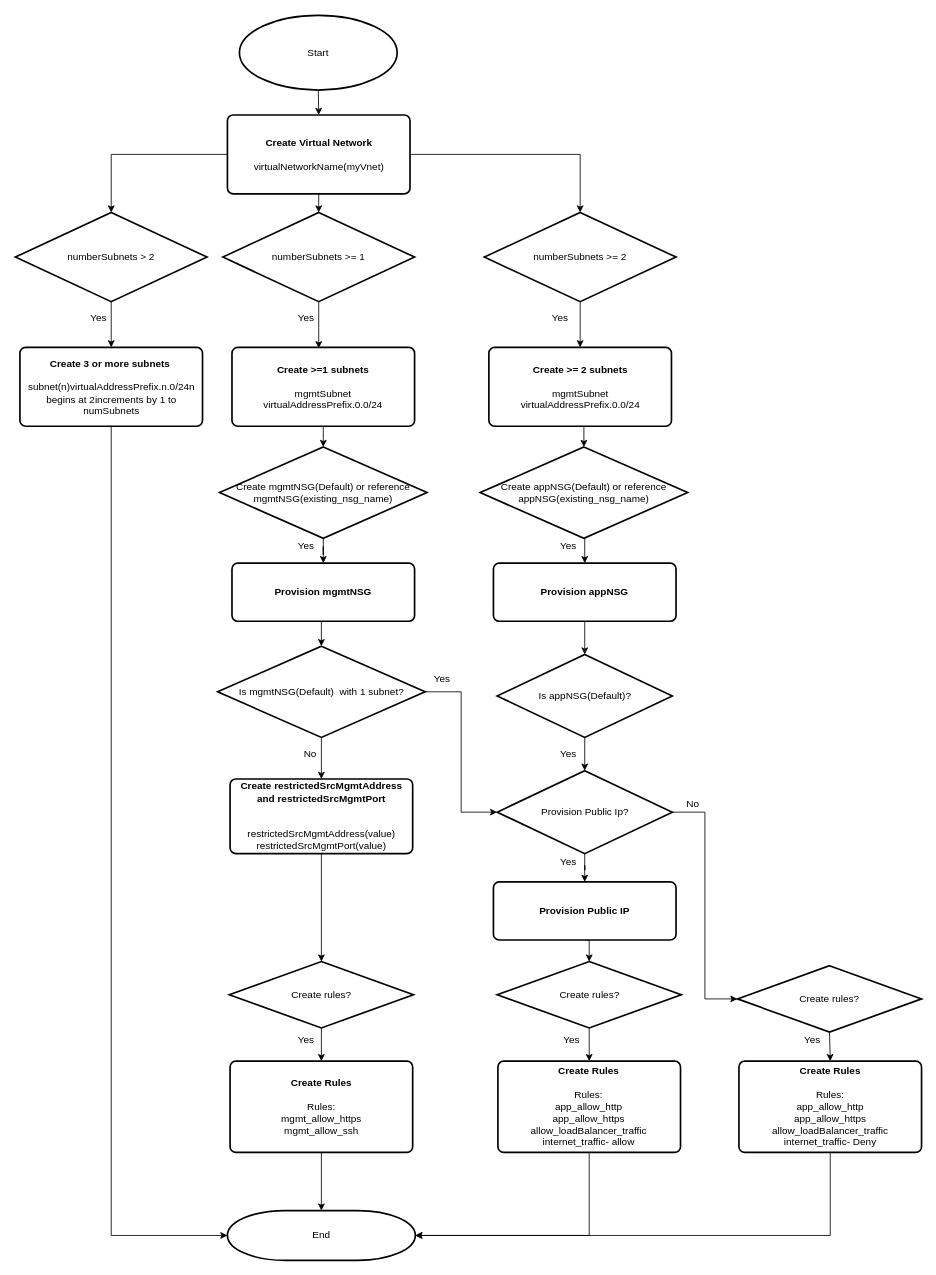
This is examples/images/azure-network-module.drawio from F5Networks/f5-azure-arm-templates-v2, a draw.io file, before an edit. Source tidied: cells renumbered, new cells numbered last; positions are measured from the earlier drawing's top-left corner, leaving out a move shared by most shapes. Both pictures are drawn from the tidied source at 83%, with x=0, y=0 at pixel (15, 15).
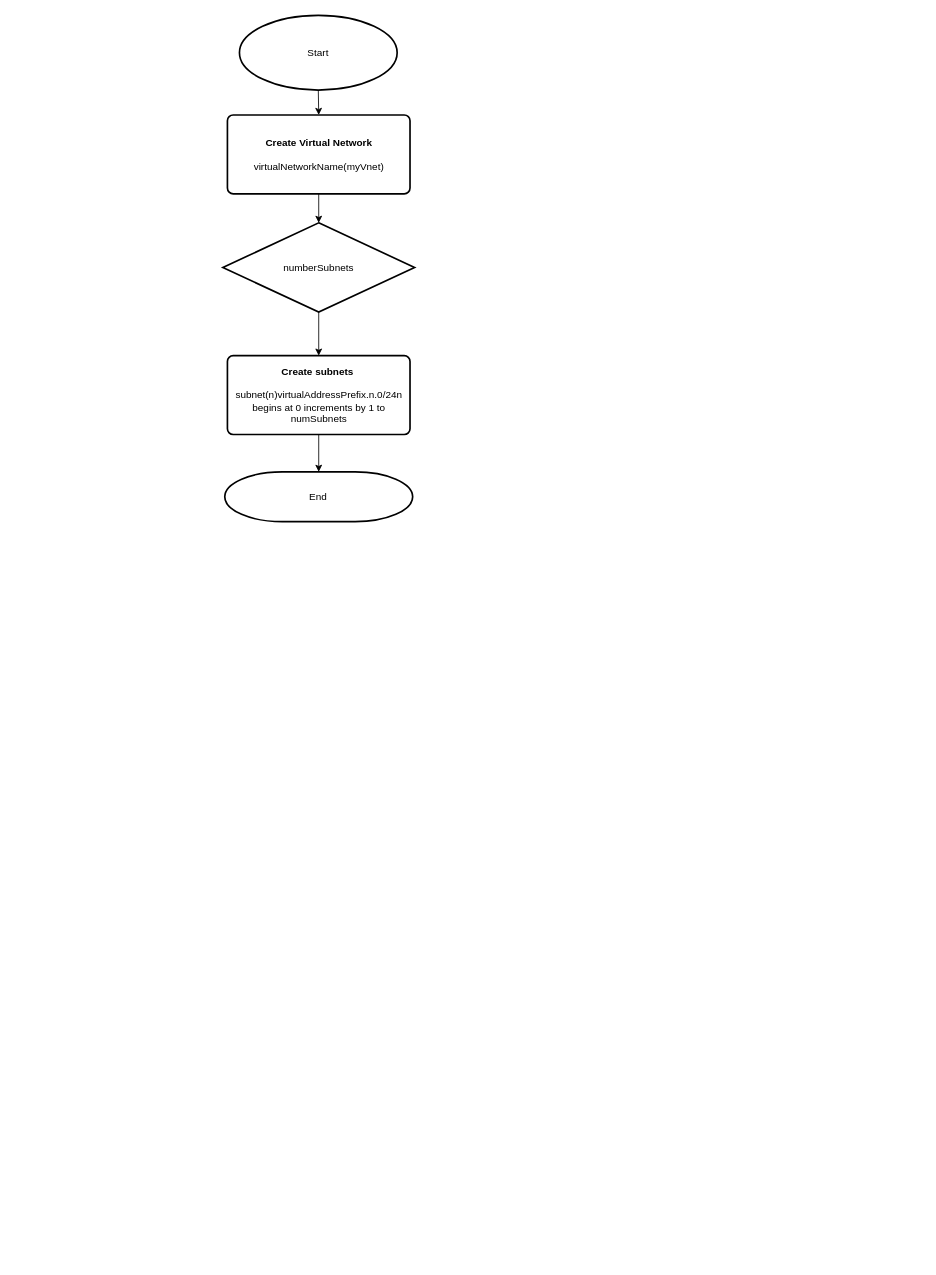
After the change.

Unchanged cells that the change refers to:
```xml
<mxCell id="7" value="&lt;b&gt;Create Virtual Network&lt;br&gt;&lt;/b&gt;&lt;br&gt;virtualNetworkName(myVnet)" style="rounded=1;whiteSpace=wrap;html=1;absoluteArcSize=1;arcSize=14;strokeWidth=2;" parent="1" vertex="1">
  <mxGeometry x="255.5" y="120" width="220" height="95" as="geometry" />
</mxCell>
```

The edit, as a diff of the source:
```diff
@@
-    <mxCell id="4" style="edgeStyle=orthogonalEdgeStyle;rounded=0;jettySize=auto;html=1;exitX=0;exitY=0.5;exitDx=0;exitDy=0;" parent="1" edge="1" source="7" target="9">
-      <mxGeometry relative="1" as="geometry" />
-    </mxCell>
@@
-    <mxCell id="6" style="edgeStyle=orthogonalEdgeStyle;rounded=0;jettySize=auto;html=1;exitX=1;exitY=0.5;exitDx=0;exitDy=0;entryX=0.5;entryY=0;entryDx=0;entryDy=0;entryPerimeter=0;" parent="1" edge="1" source="7" target="19">
-      <mxGeometry relative="1" as="geometry" />
-    </mxCell>
@@
-    <mxCell id="8" style="edgeStyle=orthogonalEdgeStyle;rounded=0;jettySize=auto;html=1;exitX=0.5;exitY=1;exitDx=0;exitDy=0;exitPerimeter=0;" parent="1" edge="1" source="9" target="11">
-      <mxGeometry relative="1" as="geometry" />
-    </mxCell>
-    <mxCell id="9" value="numberSubnets &amp;gt; 2" style="strokeWidth=2;html=1;shape=mxgraph.flowchart.decision;whiteSpace=wrap;" parent="1" vertex="1">
-      <mxGeometry y="237.5" width="231" height="107.5" as="geometry" />
-    </mxCell>
-    <mxCell id="10" style="edgeStyle=orthogonalEdgeStyle;rounded=0;jettySize=auto;html=1;exitX=0.5;exitY=1;exitDx=0;exitDy=0;entryX=0;entryY=0.5;entryDx=0;entryDy=0;entryPerimeter=0;" parent="1" edge="1" source="11" target="34">
+    <mxCell id="10" style="edgeStyle=orthogonalEdgeStyle;rounded=0;jettySize=auto;html=1;entryX=0.5;entryY=0;entryDx=0;entryDy=0;entryPerimeter=0;" parent="1" edge="1" source="11" target="34">
       <mxGeometry relative="1" as="geometry" />
     </mxCell>
-    <mxCell id="11" value="&lt;b&gt;Create 3 or more subnets&amp;nbsp;&lt;br&gt;&lt;/b&gt;&lt;br&gt;subnet(n)virtualAddressPrefix.n.0/24n begins at 2increments by 1 to numSubnets" style="rounded=1;whiteSpace=wrap;html=1;absoluteArcSize=1;arcSize=14;strokeWidth=2;" parent="1" vertex="1">
-      <mxGeometry x="5.5" y="400" width="220" height="95" as="geometry" />
+    <mxCell id="11" value="&lt;b&gt;Create subnets&amp;nbsp;&lt;br&gt;&lt;/b&gt;&lt;br&gt;subnet(n)virtualAddressPrefix.n.0/24n begins at 0 increments by 1 to numSubnets" style="rounded=1;whiteSpace=wrap;html=1;absoluteArcSize=1;arcSize=14;strokeWidth=2;" parent="1" vertex="1">
+      <mxGeometry x="255.5" y="410" width="220" height="95" as="geometry" />
     </mxCell>
-    <mxCell id="12" value="Yes" style="text;html=1;align=center;verticalAlign=middle;" parent="1" vertex="1">
-      <mxGeometry x="80" y="355" width="40" height="20" as="geometry" />
-    </mxCell>
-    <mxCell id="13" style="edgeStyle=orthogonalEdgeStyle;rounded=0;jettySize=auto;html=1;exitX=0.5;exitY=1;exitDx=0;exitDy=0;exitPerimeter=0;entryX=0.475;entryY=0.011;entryDx=0;entryDy=0;entryPerimeter=0;" parent="1" edge="1" source="14" target="16">
+    <mxCell id="13" style="edgeStyle=orthogonalEdgeStyle;rounded=0;jettySize=auto;html=1;exitX=0.5;exitY=1;exitDx=0;exitDy=0;exitPerimeter=0;entryX=0.5;entryY=0;entryDx=0;entryDy=0;" parent="1" edge="1" source="14" target="11">
       <mxGeometry relative="1" as="geometry" />
     </mxCell>
-    <mxCell id="14" value="numberSubnets &amp;gt;= 1" style="strokeWidth=2;html=1;shape=mxgraph.flowchart.decision;whiteSpace=wrap;" parent="1" vertex="1">
-      <mxGeometry x="250" y="237.5" width="231" height="107.5" as="geometry" />
+    <mxCell id="14" value="numberSubnets" style="strokeWidth=2;html=1;shape=mxgraph.flowchart.decision;whiteSpace=wrap;" parent="1" vertex="1">
+      <mxGeometry x="250" y="250" width="231" height="107.5" as="geometry" />
     </mxCell>
-    <mxCell id="15" style="edgeStyle=orthogonalEdgeStyle;rounded=0;jettySize=auto;html=1;exitX=0.5;exitY=1;exitDx=0;exitDy=0;entryX=0.5;entryY=0;entryDx=0;entryDy=0;entryPerimeter=0;" parent="1" edge="1" source="16" target="24">
-      <mxGeometry relative="1" as="geometry" />
-    </mxCell>
-    <mxCell id="16" value="&lt;b&gt;Create &amp;gt;=1 subnets&lt;br&gt;&lt;/b&gt;&lt;br&gt;mgmtSubnet &lt;br&gt;virtualAddressPrefix.0.0/24" style="rounded=1;whiteSpace=wrap;html=1;absoluteArcSize=1;arcSize=14;strokeWidth=2;" parent="1" vertex="1">
-      <mxGeometry x="261" y="400" width="220" height="95" as="geometry" />
-    </mxCell>
-    <mxCell id="17" value="Yes" style="text;html=1;align=center;verticalAlign=middle;" parent="1" vertex="1">
-      <mxGeometry x="330" y="355" width="40" height="20" as="geometry" />
-    </mxCell>
-    <mxCell id="18" style="edgeStyle=orthogonalEdgeStyle;rounded=0;jettySize=auto;html=1;exitX=0.5;exitY=1;exitDx=0;exitDy=0;exitPerimeter=0;entryX=0.5;entryY=0;entryDx=0;entryDy=0;" parent="1" edge="1" source="19" target="21">
-      <mxGeometry relative="1" as="geometry" />
+    <mxCell id="18" style="edgeStyle=orthogonalEdgeStyle;rounded=0;orthogonalLoop=1;jettySize=auto;html=1;exitX=0.5;exitY=1;exitDx=0;exitDy=0;exitPerimeter=0;entryX=0.5;entryY=0;entryDx=0;entryDy=0;" parent="1" edge="1">
+      <mxGeometry relative="1" as="geometry">
+        <mxPoint x="680.5" y="345" as="sourcePoint" />
+      </mxGeometry>
     </mxCell>
-    <mxCell id="19" value="numberSubnets &amp;gt;= 2" style="strokeWidth=2;html=1;shape=mxgraph.flowchart.decision;whiteSpace=wrap;" parent="1" vertex="1">
-      <mxGeometry x="565" y="237.5" width="231" height="107.5" as="geometry" />
-    </mxCell>
-    <mxCell id="20" style="edgeStyle=orthogonalEdgeStyle;rounded=0;jettySize=auto;html=1;exitX=0.5;exitY=1;exitDx=0;exitDy=0;entryX=0.5;entryY=0;entryDx=0;entryDy=0;entryPerimeter=0;" parent="1" edge="1" source="21" target="37">
-      <mxGeometry relative="1" as="geometry" />
-    </mxCell>
-    <mxCell id="21" value="&lt;b&gt;Create &amp;gt;= 2 subnets&lt;br&gt;&lt;/b&gt;&lt;br&gt;mgmtSubnet &lt;br&gt;virtualAddressPrefix.0.0/24" style="rounded=1;whiteSpace=wrap;html=1;absoluteArcSize=1;arcSize=14;strokeWidth=2;" parent="1" vertex="1">
-      <mxGeometry x="570.5" y="400" width="220" height="95" as="geometry" />
-    </mxCell>
-    <mxCell id="22" value="Yes" style="text;html=1;align=center;verticalAlign=middle;" parent="1" vertex="1">
-      <mxGeometry x="636" y="355" width="40" height="20" as="geometry" />
-    </mxCell>
-    <mxCell id="23" style="edgeStyle=orthogonalEdgeStyle;rounded=0;jettySize=auto;html=1;exitX=0.5;exitY=1;exitDx=0;exitDy=0;exitPerimeter=0;" parent="1" edge="1" source="24" target="26">
-      <mxGeometry relative="1" as="geometry" />
+    <mxCell id="23" style="edgeStyle=orthogonalEdgeStyle;rounded=0;orthogonalLoop=1;jettySize=auto;html=1;exitX=0.5;exitY=1;exitDx=0;exitDy=0;exitPerimeter=0;" parent="1" edge="1">
+      <mxGeometry relative="1" as="geometry">
+        <mxPoint x="371" y="630" as="sourcePoint" />
+      </mxGeometry>
     </mxCell>
-    <mxCell id="24" value="Create mgmtNSG(Default) or reference &lt;br&gt;mgmtNSG(existing_nsg_name)" style="strokeWidth=2;html=1;shape=mxgraph.flowchart.decision;whiteSpace=wrap;" parent="1" vertex="1">
-      <mxGeometry x="246" y="520" width="250" height="110" as="geometry" />
-    </mxCell>
-    <mxCell id="25" style="edgeStyle=orthogonalEdgeStyle;rounded=0;jettySize=auto;html=1;exitX=0.5;exitY=1;exitDx=0;exitDy=0;entryX=0.5;entryY=0;entryDx=0;entryDy=0;entryPerimeter=0;" parent="1" edge="1" source="26" target="43">
-      <mxGeometry relative="1" as="geometry" />
+    <mxCell id="25" style="edgeStyle=orthogonalEdgeStyle;rounded=0;orthogonalLoop=1;jettySize=auto;html=1;exitX=0.5;exitY=1;exitDx=0;exitDy=0;entryX=0.5;entryY=0;entryDx=0;entryDy=0;entryPerimeter=0;" parent="1" edge="1">
+      <mxGeometry relative="1" as="geometry">
+        <mxPoint x="371" y="730" as="sourcePoint" />
+      </mxGeometry>
     </mxCell>
-    <mxCell id="26" value="&lt;b&gt;Provision mgmtNSG&lt;br&gt;&lt;/b&gt;" style="rounded=1;whiteSpace=wrap;html=1;absoluteArcSize=1;arcSize=14;strokeWidth=2;" parent="1" vertex="1">
-      <mxGeometry x="261" y="660" width="220" height="70" as="geometry" />
-    </mxCell>
-    <mxCell id="27" value="Yes" style="text;html=1;align=center;verticalAlign=middle;" parent="1" vertex="1">
-      <mxGeometry x="330" y="630" width="40" height="20" as="geometry" />
-    </mxCell>
-    <mxCell id="28" style="edgeStyle=orthogonalEdgeStyle;rounded=0;jettySize=auto;html=1;exitX=0.5;exitY=1;exitDx=0;exitDy=0;entryX=0.5;entryY=0;entryDx=0;entryDy=0;entryPerimeter=0;" parent="1" edge="1" source="29" target="31">
-      <mxGeometry relative="1" as="geometry" />
+    <mxCell id="28" style="edgeStyle=orthogonalEdgeStyle;rounded=0;orthogonalLoop=1;jettySize=auto;html=1;exitX=0.5;exitY=1;exitDx=0;exitDy=0;entryX=0.5;entryY=0;entryDx=0;entryDy=0;entryPerimeter=0;" parent="1" edge="1">
+      <mxGeometry relative="1" as="geometry">
+        <mxPoint x="368.7" y="1010" as="sourcePoint" />
+      </mxGeometry>
     </mxCell>
-    <mxCell id="29" value="&lt;b&gt;Create&amp;nbsp;restrictedSrcMgmtAddress and restrictedSrcMgmtPort&lt;/b&gt;&lt;br&gt;&amp;nbsp;&lt;br&gt;&lt;br&gt;restrictedSrcMgmtAddress(value)&lt;br&gt;restrictedSrcMgmtPort(value)" style="rounded=1;whiteSpace=wrap;html=1;absoluteArcSize=1;arcSize=14;strokeWidth=2;" parent="1" vertex="1">
-      <mxGeometry x="258.7" y="920" width="220" height="90" as="geometry" />
-    </mxCell>
-    <mxCell id="30" style="edgeStyle=orthogonalEdgeStyle;rounded=0;jettySize=auto;html=1;exitX=0.5;exitY=1;exitDx=0;exitDy=0;exitPerimeter=0;entryX=0.5;entryY=0;entryDx=0;entryDy=0;" parent="1" edge="1" source="31" target="33">
-      <mxGeometry relative="1" as="geometry" />
+    <mxCell id="30" style="edgeStyle=orthogonalEdgeStyle;rounded=0;orthogonalLoop=1;jettySize=auto;html=1;exitX=0.5;exitY=1;exitDx=0;exitDy=0;exitPerimeter=0;entryX=0.5;entryY=0;entryDx=0;entryDy=0;" parent="1" edge="1">
+      <mxGeometry relative="1" as="geometry">
+        <mxPoint x="368.7" y="1220" as="sourcePoint" />
+      </mxGeometry>
     </mxCell>
-    <mxCell id="31" value="Create rules?" style="strokeWidth=2;html=1;shape=mxgraph.flowchart.decision;whiteSpace=wrap;" parent="1" vertex="1">
-      <mxGeometry x="257.8" y="1140" width="221.8" height="80" as="geometry" />
-    </mxCell>
-    <mxCell id="32" style="edgeStyle=orthogonalEdgeStyle;rounded=0;jettySize=auto;html=1;exitX=0.5;exitY=1;exitDx=0;exitDy=0;" parent="1" edge="1" source="33" target="34">
-      <mxGeometry relative="1" as="geometry" />
-    </mxCell>
-    <mxCell id="33" value="&lt;b&gt;Create Rules&lt;/b&gt;&lt;br&gt;&lt;br&gt;Rules:&lt;br&gt;mgmt_allow_https&lt;br&gt;mgmt_allow_ssh" style="rounded=1;whiteSpace=wrap;html=1;absoluteArcSize=1;arcSize=14;strokeWidth=2;" parent="1" vertex="1">
-      <mxGeometry x="258.7" y="1260" width="220" height="110" as="geometry" />
-    </mxCell>
     <mxCell id="34" value="End" style="strokeWidth=2;html=1;shape=mxgraph.flowchart.terminator;whiteSpace=wrap;" parent="1" vertex="1">
-      <mxGeometry x="255.5" y="1440" width="226.4" height="60" as="geometry" />
+      <mxGeometry x="252.3" y="550" width="226.4" height="60" as="geometry" />
     </mxCell>
-    <mxCell id="35" value="Yes" style="text;html=1;align=center;verticalAlign=middle;" parent="1" vertex="1">
-      <mxGeometry x="330" y="1225" width="40" height="20" as="geometry" />
-    </mxCell>
-    <mxCell id="36" style="edgeStyle=orthogonalEdgeStyle;rounded=0;jettySize=auto;html=1;exitX=0.5;exitY=1;exitDx=0;exitDy=0;exitPerimeter=0;entryX=0.5;entryY=0;entryDx=0;entryDy=0;" parent="1" edge="1" source="37" target="39">
-      <mxGeometry relative="1" as="geometry" />
+    <mxCell id="36" style="edgeStyle=orthogonalEdgeStyle;rounded=0;orthogonalLoop=1;jettySize=auto;html=1;exitX=0.5;exitY=1;exitDx=0;exitDy=0;exitPerimeter=0;entryX=0.5;entryY=0;entryDx=0;entryDy=0;" parent="1" edge="1">
+      <mxGeometry relative="1" as="geometry">
+        <mxPoint x="685" y="630" as="sourcePoint" />
+      </mxGeometry>
     </mxCell>
-    <mxCell id="37" value="Create appNSG(Default) or reference &lt;br&gt;appNSG(existing_nsg_name)" style="strokeWidth=2;html=1;shape=mxgraph.flowchart.decision;whiteSpace=wrap;" parent="1" vertex="1">
-      <mxGeometry x="560" y="520" width="250" height="110" as="geometry" />
-    </mxCell>
-    <mxCell id="38" style="edgeStyle=orthogonalEdgeStyle;rounded=0;jettySize=auto;html=1;exitX=0.5;exitY=1;exitDx=0;exitDy=0;entryX=0.5;entryY=0;entryDx=0;entryDy=0;entryPerimeter=0;" parent="1" edge="1" source="39" target="46">
-      <mxGeometry relative="1" as="geometry" />
+    <mxCell id="38" style="edgeStyle=orthogonalEdgeStyle;rounded=0;orthogonalLoop=1;jettySize=auto;html=1;exitX=0.5;exitY=1;exitDx=0;exitDy=0;entryX=0.5;entryY=0;entryDx=0;entryDy=0;entryPerimeter=0;" parent="1" edge="1">
+      <mxGeometry relative="1" as="geometry">
+        <mxPoint x="686" y="730" as="sourcePoint" />
+      </mxGeometry>
     </mxCell>
-    <mxCell id="39" value="&lt;b&gt;Provision appNSG&lt;br&gt;&lt;/b&gt;" style="rounded=1;whiteSpace=wrap;html=1;absoluteArcSize=1;arcSize=14;strokeWidth=2;" parent="1" vertex="1">
-      <mxGeometry x="576" y="660" width="220" height="70" as="geometry" />
-    </mxCell>
-    <mxCell id="40" value="Yes" style="text;html=1;align=center;verticalAlign=middle;" parent="1" vertex="1">
-      <mxGeometry x="646" y="630" width="40" height="20" as="geometry" />
-    </mxCell>
-    <mxCell id="41" style="edgeStyle=orthogonalEdgeStyle;rounded=0;jettySize=auto;html=1;exitX=0.5;exitY=1;exitDx=0;exitDy=0;exitPerimeter=0;entryX=0.5;entryY=0;entryDx=0;entryDy=0;" parent="1" edge="1" source="43" target="29">
-      <mxGeometry relative="1" as="geometry" />
+    <mxCell id="41" style="edgeStyle=orthogonalEdgeStyle;rounded=0;orthogonalLoop=1;jettySize=auto;html=1;exitX=0.5;exitY=1;exitDx=0;exitDy=0;exitPerimeter=0;entryX=0.5;entryY=0;entryDx=0;entryDy=0;" parent="1" edge="1">
+      <mxGeometry relative="1" as="geometry">
+        <mxPoint x="368.7" y="920" as="targetPoint" />
+      </mxGeometry>
     </mxCell>
-    <mxCell id="42" style="edgeStyle=orthogonalEdgeStyle;rounded=0;jettySize=auto;html=1;exitX=1;exitY=0.5;exitDx=0;exitDy=0;exitPerimeter=0;entryX=0;entryY=0.5;entryDx=0;entryDy=0;entryPerimeter=0;" parent="1" edge="1" source="43" target="53">
-      <mxGeometry relative="1" as="geometry" />
+    <mxCell id="42" style="edgeStyle=orthogonalEdgeStyle;rounded=0;orthogonalLoop=1;jettySize=auto;html=1;exitX=1;exitY=0.5;exitDx=0;exitDy=0;exitPerimeter=0;entryX=0;entryY=0.5;entryDx=0;entryDy=0;entryPerimeter=0;" parent="1" edge="1">
+      <mxGeometry relative="1" as="geometry">
+        <mxPoint x="493.7" y="815" as="sourcePoint" />
+      </mxGeometry>
     </mxCell>
-    <mxCell id="43" value="Is mgmtNSG(Default)&amp;nbsp; with 1 subnet?" style="strokeWidth=2;html=1;shape=mxgraph.flowchart.decision;whiteSpace=wrap;" parent="1" vertex="1">
-      <mxGeometry x="243.7" y="760" width="250" height="110" as="geometry" />
-    </mxCell>
-    <mxCell id="44" value="&lt;span&gt;No&lt;/span&gt;" style="text;html=1;align=center;verticalAlign=middle;" parent="1" vertex="1">
-      <mxGeometry x="340" y="880" width="30" height="20" as="geometry" />
-    </mxCell>
-    <mxCell id="45" style="edgeStyle=orthogonalEdgeStyle;rounded=0;jettySize=auto;html=1;exitX=0.5;exitY=1;exitDx=0;exitDy=0;exitPerimeter=0;entryX=0.5;entryY=0;entryDx=0;entryDy=0;entryPerimeter=0;" parent="1" edge="1" source="46" target="53">
-      <mxGeometry relative="1" as="geometry" />
+    <mxCell id="45" style="edgeStyle=orthogonalEdgeStyle;rounded=0;orthogonalLoop=1;jettySize=auto;html=1;exitX=0.5;exitY=1;exitDx=0;exitDy=0;exitPerimeter=0;entryX=0.5;entryY=0;entryDx=0;entryDy=0;entryPerimeter=0;" parent="1" edge="1">
+      <mxGeometry relative="1" as="geometry">
+        <mxPoint x="686" y="870" as="sourcePoint" />
+      </mxGeometry>
     </mxCell>
-    <mxCell id="46" value="Is appNSG(Default)?" style="strokeWidth=2;html=1;shape=mxgraph.flowchart.decision;whiteSpace=wrap;" parent="1" vertex="1">
-      <mxGeometry x="580.5" y="770" width="211" height="100" as="geometry" />
-    </mxCell>
-    <mxCell id="47" style="edgeStyle=orthogonalEdgeStyle;rounded=0;jettySize=auto;html=1;exitX=0.5;exitY=1;exitDx=0;exitDy=0;entryX=0.5;entryY=0;entryDx=0;entryDy=0;entryPerimeter=0;" parent="1" edge="1" source="48" target="56">
-      <mxGeometry relative="1" as="geometry" />
+    <mxCell id="47" style="edgeStyle=orthogonalEdgeStyle;rounded=0;orthogonalLoop=1;jettySize=auto;html=1;exitX=0.5;exitY=1;exitDx=0;exitDy=0;entryX=0.5;entryY=0;entryDx=0;entryDy=0;entryPerimeter=0;" parent="1" edge="1">
+      <mxGeometry relative="1" as="geometry">
+        <mxPoint x="686" y="1114" as="sourcePoint" />
+      </mxGeometry>
     </mxCell>
-    <mxCell id="48" value="&lt;b&gt;Provision Public IP&lt;br&gt;&lt;/b&gt;" style="rounded=1;whiteSpace=wrap;html=1;absoluteArcSize=1;arcSize=14;strokeWidth=2;" parent="1" vertex="1">
-      <mxGeometry x="576" y="1044" width="220" height="70" as="geometry" />
-    </mxCell>
-    <mxCell id="49" value="Yes" style="text;html=1;align=center;verticalAlign=middle;" parent="1" vertex="1">
-      <mxGeometry x="494" y="790" width="40" height="20" as="geometry" />
-    </mxCell>
-    <mxCell id="50" value="Yes" style="text;html=1;align=center;verticalAlign=middle;" parent="1" vertex="1">
-      <mxGeometry x="646" y="880" width="40" height="20" as="geometry" />
-    </mxCell>
-    <mxCell id="51" style="edgeStyle=orthogonalEdgeStyle;rounded=0;jettySize=auto;html=1;exitX=0.5;exitY=1;exitDx=0;exitDy=0;exitPerimeter=0;" parent="1" edge="1" source="53" target="48">
-      <mxGeometry relative="1" as="geometry" />
+    <mxCell id="51" style="edgeStyle=orthogonalEdgeStyle;rounded=0;orthogonalLoop=1;jettySize=auto;html=1;exitX=0.5;exitY=1;exitDx=0;exitDy=0;exitPerimeter=0;" parent="1" edge="1">
+      <mxGeometry relative="1" as="geometry">
+        <mxPoint x="686" y="1044" as="targetPoint" />
+      </mxGeometry>
     </mxCell>
-    <mxCell id="52" style="edgeStyle=orthogonalEdgeStyle;rounded=0;jettySize=auto;html=1;exitX=1;exitY=0.5;exitDx=0;exitDy=0;exitPerimeter=0;entryX=0;entryY=0.5;entryDx=0;entryDy=0;entryPerimeter=0;" parent="1" edge="1" source="53" target="60">
-      <mxGeometry relative="1" as="geometry" />
+    <mxCell id="52" style="edgeStyle=orthogonalEdgeStyle;rounded=0;orthogonalLoop=1;jettySize=auto;html=1;exitX=1;exitY=0.5;exitDx=0;exitDy=0;exitPerimeter=0;entryX=0;entryY=0.5;entryDx=0;entryDy=0;entryPerimeter=0;" parent="1" edge="1">
+      <mxGeometry relative="1" as="geometry">
+        <mxPoint x="791.5" y="960" as="sourcePoint" />
+      </mxGeometry>
     </mxCell>
-    <mxCell id="53" value="Provision Public Ip?" style="strokeWidth=2;html=1;shape=mxgraph.flowchart.decision;whiteSpace=wrap;" parent="1" vertex="1">
-      <mxGeometry x="580.5" y="910" width="211" height="100" as="geometry" />
-    </mxCell>
-    <mxCell id="54" value="Yes" style="text;html=1;align=center;verticalAlign=middle;" parent="1" vertex="1">
-      <mxGeometry x="646" y="1010" width="40" height="20" as="geometry" />
-    </mxCell>
-    <mxCell id="55" style="edgeStyle=orthogonalEdgeStyle;rounded=0;jettySize=auto;html=1;entryX=0.5;entryY=0;entryDx=0;entryDy=0;" parent="1" edge="1" source="56" target="58">
-      <mxGeometry relative="1" as="geometry" />
+    <mxCell id="55" style="edgeStyle=orthogonalEdgeStyle;rounded=0;orthogonalLoop=1;jettySize=auto;html=1;entryX=0.5;entryY=0;entryDx=0;entryDy=0;" parent="1" edge="1">
+      <mxGeometry relative="1" as="geometry">
+        <mxPoint x="691.4" y="1220" as="sourcePoint" />
+      </mxGeometry>
     </mxCell>
-    <mxCell id="56" value="Create rules?" style="strokeWidth=2;html=1;shape=mxgraph.flowchart.decision;whiteSpace=wrap;" parent="1" vertex="1">
-      <mxGeometry x="580.5" y="1140" width="221.8" height="80" as="geometry" />
-    </mxCell>
-    <mxCell id="57" style="edgeStyle=orthogonalEdgeStyle;rounded=0;jettySize=auto;html=1;exitX=0.5;exitY=1;exitDx=0;exitDy=0;entryX=1;entryY=0.5;entryDx=0;entryDy=0;entryPerimeter=0;" parent="1" edge="1" source="58" target="34">
-      <mxGeometry relative="1" as="geometry" />
-    </mxCell>
-    <mxCell id="58" value="&lt;b&gt;Create Rules&lt;/b&gt;&lt;br&gt;&lt;br&gt;Rules:&lt;br&gt;app_allow_http&lt;br&gt;app_allow_https&lt;br&gt;allow_loadBalancer_traffic&lt;br&gt;internet_traffic- allow" style="rounded=1;whiteSpace=wrap;html=1;absoluteArcSize=1;arcSize=14;strokeWidth=2;" parent="1" vertex="1">
-      <mxGeometry x="581.4" y="1260" width="220" height="110" as="geometry" />
-    </mxCell>
-    <mxCell id="59" style="edgeStyle=orthogonalEdgeStyle;rounded=0;jettySize=auto;html=1;exitX=0.5;exitY=1;exitDx=0;exitDy=0;exitPerimeter=0;entryX=0.5;entryY=0;entryDx=0;entryDy=0;" parent="1" edge="1" source="60" target="63">
-      <mxGeometry relative="1" as="geometry" />
+    <mxCell id="59" style="edgeStyle=orthogonalEdgeStyle;rounded=0;orthogonalLoop=1;jettySize=auto;html=1;exitX=0.5;exitY=1;exitDx=0;exitDy=0;exitPerimeter=0;entryX=0.5;entryY=0;entryDx=0;entryDy=0;" parent="1" edge="1">
+      <mxGeometry relative="1" as="geometry">
+        <mxPoint x="980.9" y="1225" as="sourcePoint" />
+      </mxGeometry>
     </mxCell>
-    <mxCell id="60" value="Create rules?" style="strokeWidth=2;html=1;shape=mxgraph.flowchart.decision;whiteSpace=wrap;" parent="1" vertex="1">
-      <mxGeometry x="870" y="1145" width="221.8" height="80" as="geometry" />
-    </mxCell>
-    <mxCell id="61" value="No" style="text;html=1;align=center;verticalAlign=middle;" parent="1" vertex="1">
-      <mxGeometry x="801.4" y="940" width="30" height="20" as="geometry" />
-    </mxCell>
-    <mxCell id="62" style="edgeStyle=orthogonalEdgeStyle;rounded=0;jettySize=auto;html=1;exitX=0.5;exitY=1;exitDx=0;exitDy=0;entryX=1;entryY=0.5;entryDx=0;entryDy=0;entryPerimeter=0;" parent="1" edge="1" source="63" target="34">
-      <mxGeometry relative="1" as="geometry" />
-    </mxCell>
-    <mxCell id="63" value="&lt;b&gt;Create Rules&lt;/b&gt;&lt;br&gt;&lt;br&gt;&lt;div&gt;Rules:&lt;/div&gt;&lt;div&gt;app_allow_http&lt;/div&gt;&lt;div&gt;app_allow_https&lt;/div&gt;&lt;div&gt;allow_loadBalancer_traffic&lt;/div&gt;&lt;div&gt;internet_traffic- Deny&lt;/div&gt;" style="rounded=1;whiteSpace=wrap;html=1;absoluteArcSize=1;arcSize=14;strokeWidth=2;" parent="1" vertex="1">
-      <mxGeometry x="871.8" y="1260" width="220" height="110" as="geometry" />
-    </mxCell>
-    <mxCell id="64" value="Yes" style="text;html=1;align=center;verticalAlign=middle;" parent="1" vertex="1">
-      <mxGeometry x="650" y="1225" width="40" height="20" as="geometry" />
-    </mxCell>
-    <mxCell id="65" value="Yes" style="text;html=1;align=center;verticalAlign=middle;" parent="1" vertex="1">
-      <mxGeometry x="940" y="1225" width="40" height="20" as="geometry" />
-    </mxCell>
```
